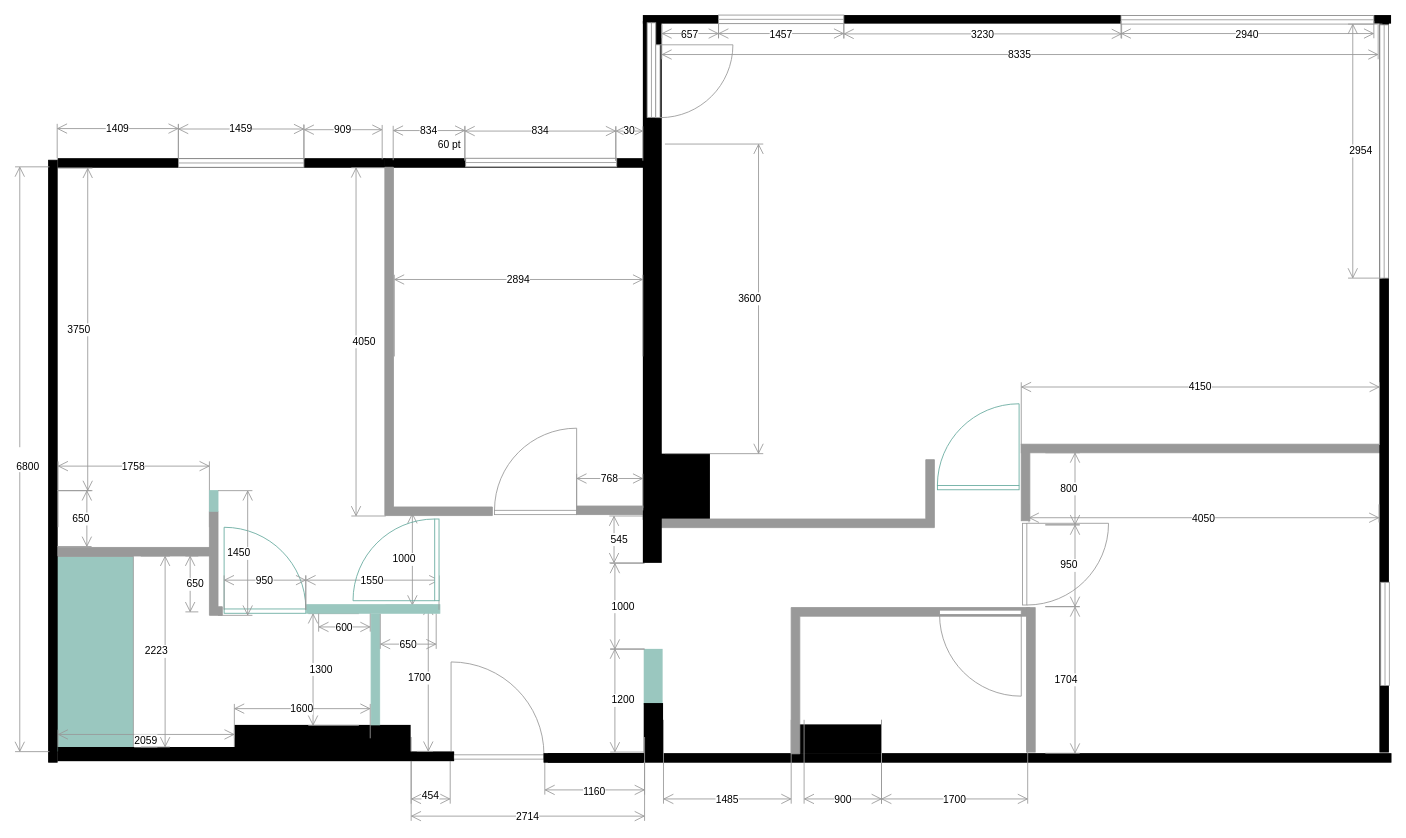
This is docs/src/static/drawings/floor-plan.construction.drawio from surquest/flat-renovation, a draw.io file, before an edit. Source tidied: cells renumbered, new cells numbered last; positions are measured from the earlier drawing's top-left corner, leaving out a move shared by most shapes. Both pictures are drawn from the tidied source at 86%, with x=0, y=0 at pixel (15, 15).
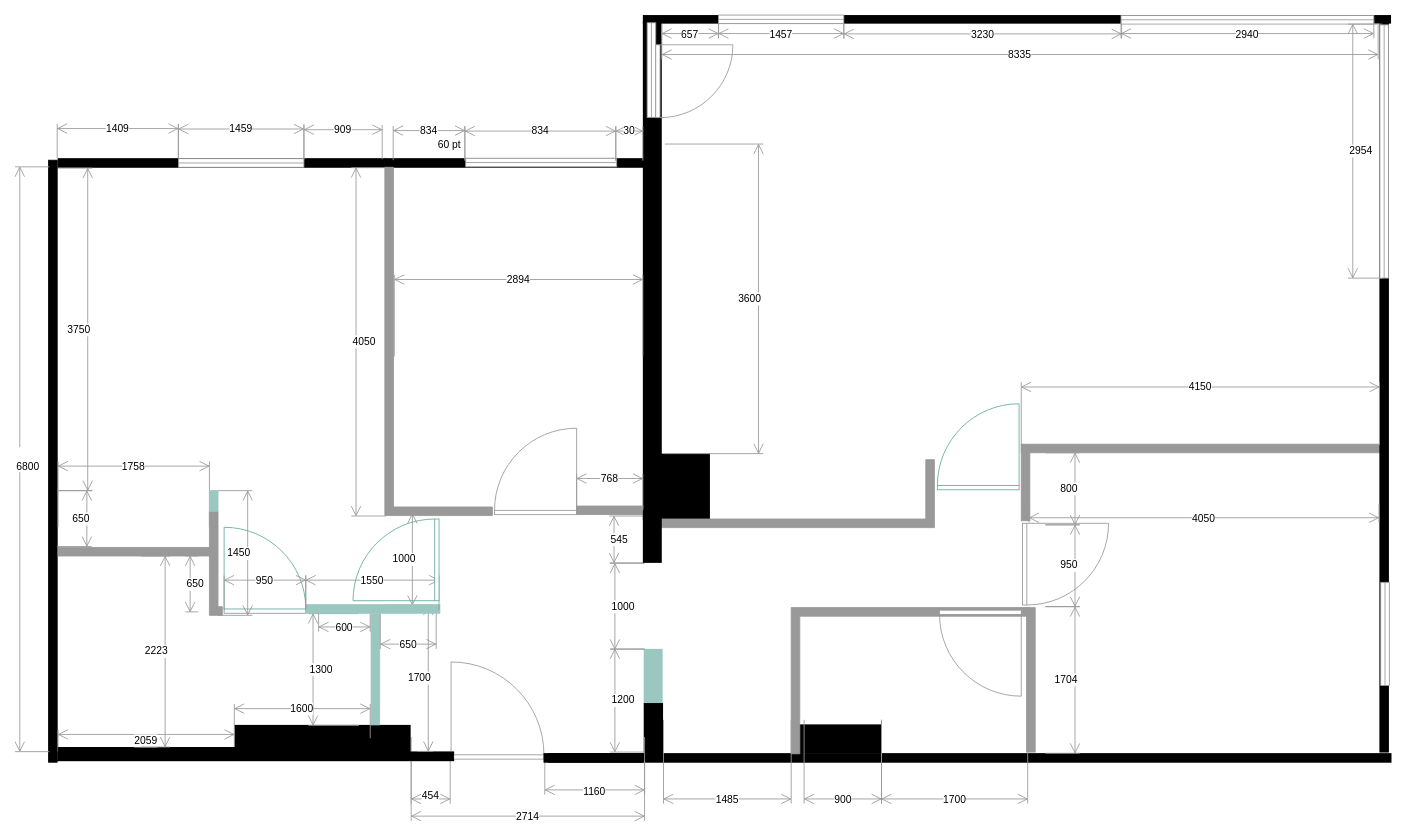
Above is the later version.

Diff of the diagram source:
```diff
@@
-    <mxCell id="3" style="rounded=0;whiteSpace=wrap;html=1;strokeColor=#999999;fillColor=#9AC7BF;" parent="1" vertex="1">
-      <mxGeometry x="47.5" y="629.5" width="90" height="227.5" as="geometry" />
-    </mxCell>
```
